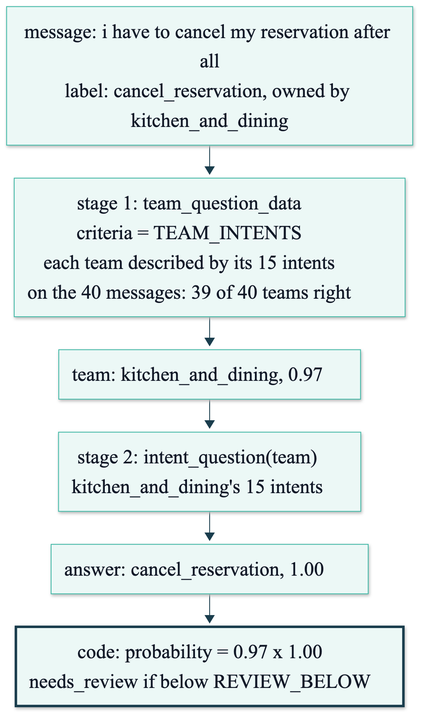
Before: course/diagrams/module_02/p3-solution-criteria-as-data.png, a diagram exported from Mermaid (axel-sirota/getting_started_jev). Its source is kept beside it as course/diagrams/module_02/p3-solution-criteria-as-data.mmd. Source of this version:
```mermaid
%%{init: {"theme": "base", "themeVariables": {"fontFamily": "Inter, sans-serif", "primaryColor": "#ECF8F6", "primaryBorderColor": "#40B8A6", "primaryTextColor": "#111827", "lineColor": "#1A3D4D", "secondaryColor": "#F9FAFB", "tertiaryColor": "#FFFFFF", "clusterBkg": "#F9FAFB", "clusterBorder": "#D1D5DB", "actorBkg": "#ECF8F6", "actorBorder": "#40B8A6", "noteBkgColor": "#FFF6DA", "noteBorderColor": "#E0B84C"}}}%%
flowchart TD
  M["message: i have to cancel my reservation after all<br/>label: cancel_reservation, owned by kitchen_and_dining"] --> S1["stage 1: team_question_data<br/>criteria = TEAM_INTENTS<br/>each team described by its 15 intents<br/>on the 40 messages: 39 of 40 teams right"]
  S1 --> T["team: kitchen_and_dining, 0.97"]
  T --> S2["stage 2: intent_question(team)<br/>kitchen_and_dining's 15 intents"]
  S2 --> A["answer: cancel_reservation, 1.00"]
  A --> C["code: probability = 0.97 x 1.00<br/>needs_review if below REVIEW_BELOW"]
  style C stroke:#1A3D4D,stroke-width:3px
```
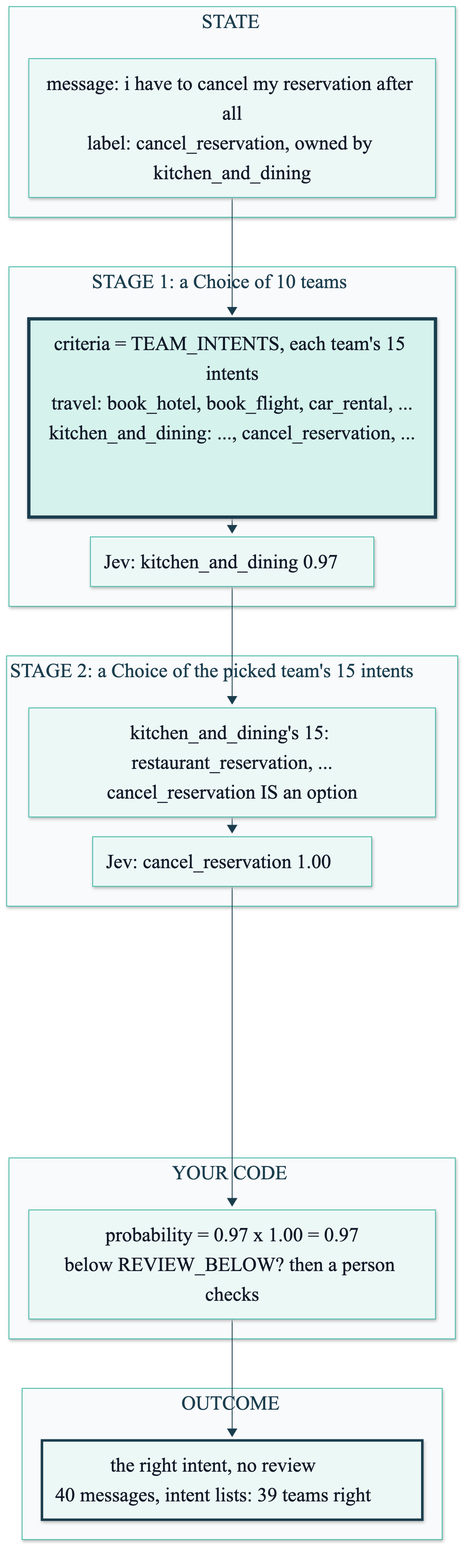
After the commit.

What changed in the source:
```diff
@@ -1,8 +1,26 @@
 %%{init: {"theme": "base", "themeVariables": {"fontFamily": "Inter, sans-serif", "primaryColor": "#ECF8F6", "primaryBorderColor": "#40B8A6", "primaryTextColor": "#111827", "lineColor": "#1A3D4D", "secondaryColor": "#F9FAFB", "tertiaryColor": "#FFFFFF", "clusterBkg": "#F9FAFB", "clusterBorder": "#D1D5DB", "actorBkg": "#ECF8F6", "actorBorder": "#40B8A6", "noteBkgColor": "#FFF6DA", "noteBorderColor": "#E0B84C"}}}%%
 flowchart TD
-  M["message: i have to cancel my reservation after all<br/>label: cancel_reservation, owned by kitchen_and_dining"] --> S1["stage 1: team_question_data<br/>criteria = TEAM_INTENTS<br/>each team described by its 15 intents<br/>on the 40 messages: 39 of 40 teams right"]
-  S1 --> T["team: kitchen_and_dining, 0.97"]
-  T --> S2["stage 2: intent_question(team)<br/>kitchen_and_dining's 15 intents"]
-  S2 --> A["answer: cancel_reservation, 1.00"]
-  A --> C["code: probability = 0.97 x 1.00<br/>needs_review if below REVIEW_BELOW"]
-  style C stroke:#1A3D4D,stroke-width:3px
+  subgraph STATE["STATE"]
+    S["message: i have to cancel my reservation after all<br/>label: cancel_reservation, owned by kitchen_and_dining"]
+  end
+  subgraph STAGE1["STAGE 1: a Choice of 10 teams"]
+    T["criteria = TEAM_INTENTS, each team's 15 intents<br/>travel: book_hotel, book_flight, car_rental, ...<br/>kitchen_and_dining: ..., cancel_reservation, ..."]
+    TA["Jev: kitchen_and_dining 0.97"]
+  end
+  subgraph STAGE2["STAGE 2: a Choice of the picked team's 15 intents"]
+    I["kitchen_and_dining's 15: restaurant_reservation, ...<br/>cancel_reservation IS an option"]
+    IA["Jev: cancel_reservation 1.00"]
+  end
+  subgraph CODE["YOUR CODE"]
+    P["probability = 0.97 x 1.00 = 0.97<br/>below REVIEW_BELOW? then a person checks"]
+  end
+  subgraph OUTCOME["OUTCOME"]
+    O["the right intent, no review<br/>40 messages, intent lists: 39 teams right"]
+  end
+  S --> T --> TA --> I --> IA --> P --> O
+
+  classDef fail fill:#FDECEA,stroke:#B42318,stroke-width:4px
+  classDef changed fill:#D5F2EC,stroke:#1A3D4D,stroke-width:4px
+  classDef ok fill:#ECF8F6,stroke:#1A3D4D,stroke-width:3px
+  class T changed
+  class O ok
```
